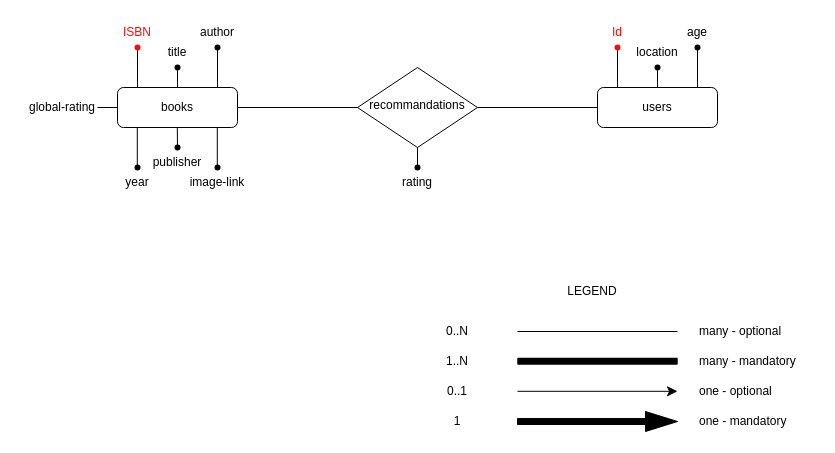
Before: schema/entity-relational-diagram.drawio in tratom/fcul-bda-project, a draw.io diagram. Source tidied: cells renumbered, new cells numbered last; positions are measured from the earlier drawing's top-left corner, leaving out a move shared by most shapes. Both pictures are drawn from the tidied source at 100%, with x=0, y=0 at pixel (27, 17).
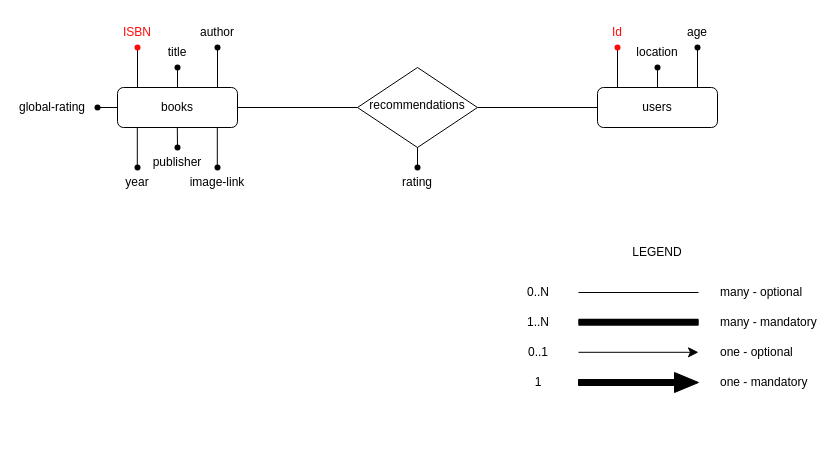
The same page after the edit.

Change to the diagram source:
```diff
@@
-    <mxCell id="3" value="&lt;div&gt;recommandations&lt;/div&gt;" style="rhombus;whiteSpace=wrap;html=1;shadow=0;fontFamily=Helvetica;fontSize=12;align=center;strokeWidth=1;spacing=6;spacingTop=-4;fillColor=none;" parent="1" vertex="1">
+    <mxCell id="3" value="&lt;div&gt;&lt;span&gt;&lt;span&gt;recommendations&lt;/span&gt;&lt;/span&gt;&lt;/div&gt;" style="rhombus;whiteSpace=wrap;html=1;shadow=0;fontFamily=Helvetica;fontSize=12;align=center;strokeWidth=1;spacing=6;spacingTop=-4;fillColor=none;" parent="1" vertex="1">
       <mxGeometry x="330" y="50" width="120" height="80" as="geometry" />
     </mxCell>
@@
     <mxCell id="27" value="global-rating" style="text;html=1;align=center;verticalAlign=middle;whiteSpace=wrap;rounded=0;" parent="1" vertex="1">
-      <mxGeometry y="75" width="70" height="30" as="geometry" />
+      <mxGeometry x="-10" y="75" width="70" height="30" as="geometry" />
     </mxCell>
@@
-    <mxCell id="41" style="line;strokeWidth=1;html=1;" parent="1" vertex="1">
-      <mxGeometry x="490" y="309" width="160" height="10" as="geometry" />
-    </mxCell>
-    <mxCell id="42" style="shape=filledEdge;curved=0;rounded=0;fixDash=1;endArrow=none;strokeWidth=7;fillColor=#000000;edgeStyle=orthogonalEdgeStyle;html=1;" parent="1" edge="1">
-      <mxGeometry relative="1" as="geometry">
-        <mxPoint x="490" y="343.8" as="sourcePoint" />
-        <mxPoint x="650" y="343.8" as="targetPoint" />
-      </mxGeometry>
-    </mxCell>
-    <mxCell id="43" style="edgeStyle=segmentEdgeStyle;endArrow=classic;html=1;curved=0;rounded=0;endSize=8;startSize=8;" parent="1" edge="1">
-      <mxGeometry relative="1" as="geometry">
-        <mxPoint x="490" y="373.8" as="sourcePoint" />
-        <mxPoint x="650" y="373.8" as="targetPoint" />
-      </mxGeometry>
-    </mxCell>
-    <mxCell id="44" style="shape=singleArrow;whiteSpace=wrap;html=1;fillColor=#000000;" parent="1" vertex="1">
-      <mxGeometry x="490" y="394" width="160" height="20" as="geometry" />
-    </mxCell>
+    <mxCell id="53" value="LEGEND" style="text;html=1;align=center;verticalAlign=middle;whiteSpace=wrap;rounded=0;" parent="1" vertex="1">
+      <mxGeometry x="600" y="220" width="60" height="30" as="geometry" />
+    </mxCell>
+    <mxCell id="54" style="shape=waypoint;sketch=0;fillStyle=solid;size=6;fillColor=none;perimeter=centerPerimeter;" parent="1" vertex="1">
+      <mxGeometry x="60" y="80" width="20" height="20" as="geometry" />
+    </mxCell>
+    <mxCell id="55" style="group;" parent="1" vertex="1">
+      <mxGeometry x="481" y="260" width="310" height="120" as="geometry" />
+    </mxCell>
-    <mxCell id="45" value="0..N" style="text;html=1;align=center;verticalAlign=middle;whiteSpace=wrap;rounded=0;" parent="1" vertex="1">
-      <mxGeometry x="400" y="299" width="60" height="30" as="geometry" />
+    <mxCell id="45" value="0..N" style="text;html=1;align=center;verticalAlign=middle;whiteSpace=wrap;rounded=0;" parent="55" vertex="1">
+      <mxGeometry width="60" height="30" as="geometry" />
     </mxCell>
-    <mxCell id="46" value="1..N" style="text;html=1;align=center;verticalAlign=middle;whiteSpace=wrap;rounded=0;" parent="1" vertex="1">
-      <mxGeometry x="400" y="329" width="60" height="30" as="geometry" />
+    <mxCell id="46" value="1..N" style="text;html=1;align=center;verticalAlign=middle;whiteSpace=wrap;rounded=0;" parent="55" vertex="1">
+      <mxGeometry y="30" width="60" height="30" as="geometry" />
     </mxCell>
-    <mxCell id="47" value="0..1" style="text;html=1;align=center;verticalAlign=middle;whiteSpace=wrap;rounded=0;" parent="1" vertex="1">
-      <mxGeometry x="400" y="359" width="60" height="30" as="geometry" />
+    <mxCell id="47" value="0..1" style="text;html=1;align=center;verticalAlign=middle;whiteSpace=wrap;rounded=0;" parent="55" vertex="1">
+      <mxGeometry y="60" width="60" height="30" as="geometry" />
     </mxCell>
-    <mxCell id="48" value="1" style="text;html=1;align=center;verticalAlign=middle;whiteSpace=wrap;rounded=0;" parent="1" vertex="1">
-      <mxGeometry x="400" y="389" width="60" height="30" as="geometry" />
+    <mxCell id="48" value="1" style="text;html=1;align=center;verticalAlign=middle;whiteSpace=wrap;rounded=0;" parent="55" vertex="1">
+      <mxGeometry y="90" width="60" height="30" as="geometry" />
     </mxCell>
-    <mxCell id="49" value="many - optional" style="text;html=1;align=left;verticalAlign=middle;whiteSpace=wrap;rounded=0;" parent="1" vertex="1">
-      <mxGeometry x="670" y="299" width="90" height="30" as="geometry" />
+    <mxCell id="49" value="many - optional" style="text;html=1;align=left;verticalAlign=middle;whiteSpace=wrap;rounded=0;" parent="55" vertex="1">
+      <mxGeometry x="210" width="90" height="30" as="geometry" />
     </mxCell>
-    <mxCell id="50" value="many - mandatory" style="text;html=1;align=left;verticalAlign=middle;whiteSpace=wrap;rounded=0;" parent="1" vertex="1">
-      <mxGeometry x="670" y="329" width="100" height="30" as="geometry" />
+    <mxCell id="50" value="many - mandatory" style="text;html=1;align=left;verticalAlign=middle;whiteSpace=wrap;rounded=0;" parent="55" vertex="1">
+      <mxGeometry x="210" y="30" width="100" height="30" as="geometry" />
     </mxCell>
-    <mxCell id="51" value="one - optional" style="text;html=1;align=left;verticalAlign=middle;whiteSpace=wrap;rounded=0;" parent="1" vertex="1">
-      <mxGeometry x="670" y="359" width="100" height="30" as="geometry" />
+    <mxCell id="51" value="one - optional" style="text;html=1;align=left;verticalAlign=middle;whiteSpace=wrap;rounded=0;" parent="55" vertex="1">
+      <mxGeometry x="210" y="60" width="100" height="30" as="geometry" />
     </mxCell>
-    <mxCell id="52" value="one - mandatory" style="text;html=1;align=left;verticalAlign=middle;whiteSpace=wrap;rounded=0;" parent="1" vertex="1">
-      <mxGeometry x="670" y="389" width="100" height="30" as="geometry" />
+    <mxCell id="52" value="one - mandatory" style="text;html=1;align=left;verticalAlign=middle;whiteSpace=wrap;rounded=0;" parent="55" vertex="1">
+      <mxGeometry x="210" y="90" width="100" height="30" as="geometry" />
     </mxCell>
-    <mxCell id="53" value="LEGEND" style="text;html=1;align=center;verticalAlign=middle;whiteSpace=wrap;rounded=0;" parent="1" vertex="1">
-      <mxGeometry x="535" y="259" width="60" height="30" as="geometry" />
-    </mxCell>
+    <mxCell id="56" style="group;" parent="55" vertex="1">
+      <mxGeometry x="70" y="10" width="120" height="105" as="geometry" />
+    </mxCell>
+    <mxCell id="41" style="line;strokeWidth=1;html=1;" parent="56" vertex="1">
+      <mxGeometry width="120" height="10" as="geometry" />
+    </mxCell>
+    <mxCell id="42" style="shape=filledEdge;curved=0;rounded=0;fixDash=1;endArrow=none;strokeWidth=7;fillColor=#000000;edgeStyle=orthogonalEdgeStyle;html=1;" parent="56" edge="1">
+      <mxGeometry relative="1" as="geometry">
+        <mxPoint y="34.8" as="sourcePoint" />
+        <mxPoint x="120" y="34.8" as="targetPoint" />
+      </mxGeometry>
+    </mxCell>
+    <mxCell id="43" style="edgeStyle=segmentEdgeStyle;endArrow=classic;html=1;curved=0;rounded=0;endSize=8;startSize=8;" parent="56" edge="1">
+      <mxGeometry relative="1" as="geometry">
+        <mxPoint y="64.8" as="sourcePoint" />
+        <mxPoint x="120" y="64.8" as="targetPoint" />
+      </mxGeometry>
+    </mxCell>
+    <mxCell id="44" style="shape=singleArrow;whiteSpace=wrap;html=1;fillColor=#000000;" parent="56" vertex="1">
+      <mxGeometry y="85" width="120" height="20" as="geometry" />
+    </mxCell>
```
